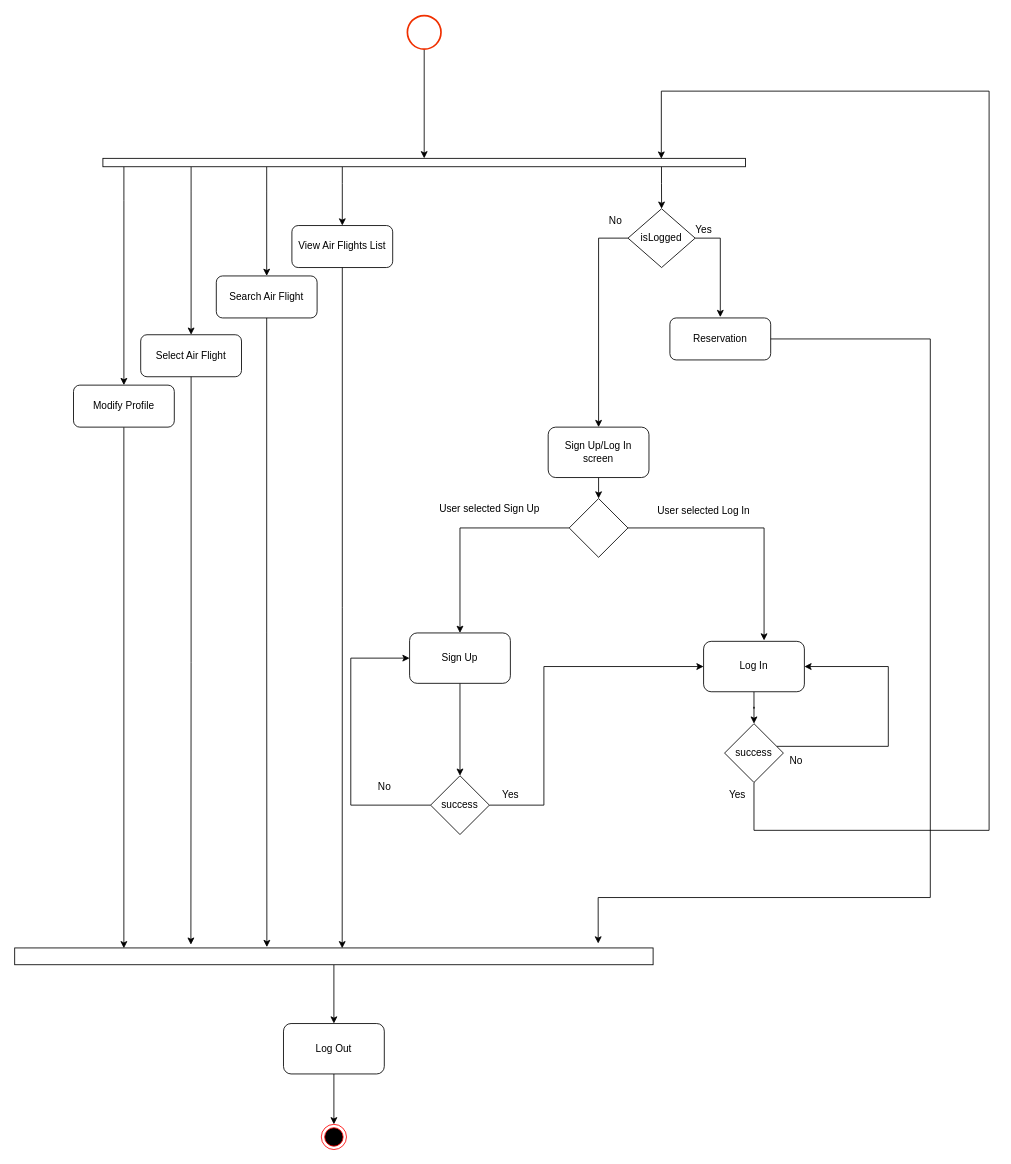
This is page "ActivityUser" (2 of 9) of Diagrams.drawio from popescumadalin0/air-flight, a draw.io file, before an edit. Source tidied: cells renumbered, new cells numbered last; positions are measured from the earlier drawing's top-left corner, leaving out a move shared by most shapes. Both pictures are drawn from the tidied source at 84%, with x=0, y=0 at pixel (14, 15).
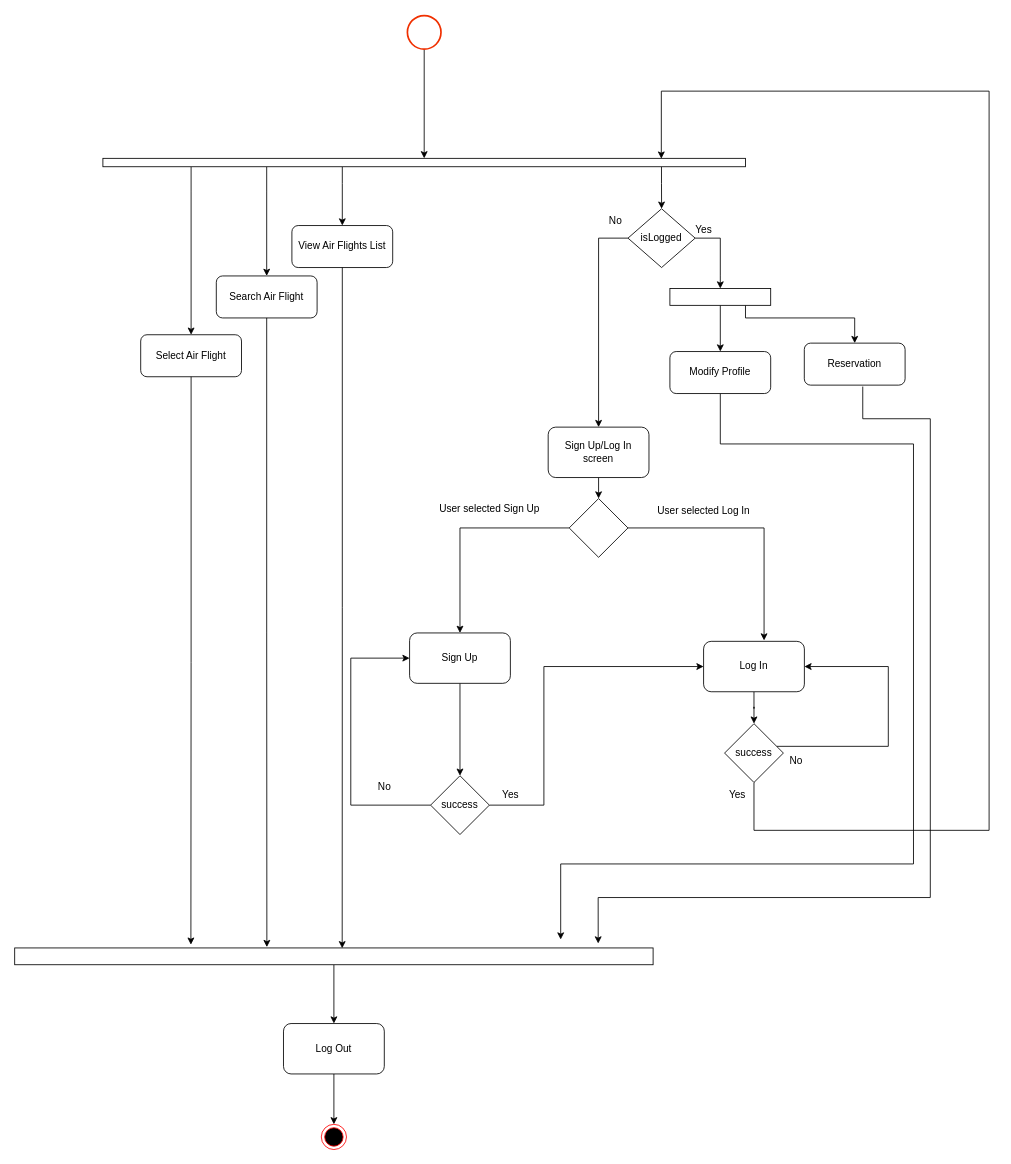
Above is the later version.

The change refers to these unchanged cells:
```xml
<mxCell id="10" style="rounded=0;whiteSpace=wrap;html=1;" parent="1" vertex="1">
  <mxGeometry x="105" y="170" width="765" height="10" as="geometry" />
</mxCell>
<mxCell id="39" value="isLogged" style="rhombus;whiteSpace=wrap;html=1;" parent="1" vertex="1">
  <mxGeometry x="730.1" y="230" width="80" height="70" as="geometry" />
</mxCell>
<mxCell id="42" style="rounded=0;whiteSpace=wrap;html=1;" parent="1" vertex="1">
  <mxGeometry y="1110" width="760" height="20" as="geometry" />
</mxCell>
```

The edit, as a diff of the source:
```diff
@@
-    <mxCell id="5" style="edgeStyle=orthogonalEdgeStyle;rounded=0;jettySize=auto;html=1;entryX=0.5;entryY=0;entryDx=0;entryDy=0;" parent="1" edge="1" source="10" target="12">
-      <mxGeometry relative="1" as="geometry">
-        <Array as="points">
-          <mxPoint x="130" y="220" />
-          <mxPoint x="130" y="220" />
-        </Array>
-      </mxGeometry>
-    </mxCell>
@@
-    <mxCell id="11" style="edgeStyle=orthogonalEdgeStyle;rounded=0;jettySize=auto;html=1;entryX=0.171;entryY=0.021;entryDx=0;entryDy=0;entryPerimeter=0;" parent="1" edge="1" source="12" target="42">
-      <mxGeometry relative="1" as="geometry" />
-    </mxCell>
+    <mxCell id="51" style="edgeStyle=orthogonalEdgeStyle;rounded=0;jettySize=auto;html=1;" parent="1" edge="1" source="12">
+      <mxGeometry relative="1" as="geometry">
+        <mxPoint x="650" y="1100" as="targetPoint" />
+        <Array as="points">
+          <mxPoint x="840" y="510" />
+          <mxPoint x="1070" y="510" />
+          <mxPoint x="1070" y="1010" />
+          <mxPoint x="650" y="1010" />
+        </Array>
+      </mxGeometry>
+    </mxCell>
     <mxCell id="12" value="Modify Profile" style="rounded=1;whiteSpace=wrap;html=1;" parent="1" vertex="1">
-      <mxGeometry x="70" y="440" width="120" height="50" as="geometry" />
+      <mxGeometry x="780" y="400" width="120" height="50" as="geometry" />
     </mxCell>
@@
     <mxCell id="16" value="Reservation" style="rounded=1;whiteSpace=wrap;html=1;" parent="1" vertex="1">
-      <mxGeometry x="780" y="360" width="120" height="50" as="geometry" />
+      <mxGeometry x="940" y="390" width="120" height="50" as="geometry" />
     </mxCell>
@@
-    <mxCell id="48" style="edgeStyle=orthogonalEdgeStyle;rounded=0;jettySize=auto;html=1;entryX=0.914;entryY=-0.264;entryDx=0;entryDy=0;entryPerimeter=0;exitX=1;exitY=0.5;exitDx=0;exitDy=0;" parent="1" edge="1" source="16" target="42">
+    <mxCell id="48" style="edgeStyle=orthogonalEdgeStyle;rounded=0;jettySize=auto;html=1;entryX=0.914;entryY=-0.264;entryDx=0;entryDy=0;entryPerimeter=0;exitX=0.58;exitY=1.034;exitDx=0;exitDy=0;exitPerimeter=0;" parent="1" edge="1" source="16" target="42">
       <mxGeometry relative="1" as="geometry">
         <Array as="points">
-          <mxPoint x="1090" y="385" />
+          <mxPoint x="1010" y="480" />
+          <mxPoint x="1090" y="480" />
           <mxPoint x="1090" y="1050" />
           <mxPoint x="695" y="1050" />
         </Array>
       </mxGeometry>
     </mxCell>
@@
-    <mxCell id="50" style="edgeStyle=orthogonalEdgeStyle;rounded=0;jettySize=auto;html=1;" parent="1" edge="1" source="39">
+    <mxCell id="50" style="edgeStyle=orthogonalEdgeStyle;rounded=0;jettySize=auto;html=1;entryX=0.5;entryY=0;entryDx=0;entryDy=0;" parent="1" edge="1" source="39" target="54">
       <mxGeometry relative="1" as="geometry">
-        <mxPoint x="840" y="359" as="targetPoint" />
         <Array as="points">
           <mxPoint x="840" y="265" />
+          <mxPoint x="840" y="310" />
         </Array>
       </mxGeometry>
     </mxCell>
+    <mxCell id="52" style="edgeStyle=orthogonalEdgeStyle;rounded=0;jettySize=auto;html=1;entryX=0.5;entryY=0;entryDx=0;entryDy=0;" parent="1" edge="1" source="54" target="12">
+      <mxGeometry relative="1" as="geometry" />
+    </mxCell>
+    <mxCell id="53" style="edgeStyle=orthogonalEdgeStyle;rounded=0;jettySize=auto;html=1;entryX=0.5;entryY=0;entryDx=0;entryDy=0;" parent="1" edge="1" source="54" target="16">
+      <mxGeometry relative="1" as="geometry">
+        <Array as="points">
+          <mxPoint x="870" y="360" />
+          <mxPoint x="1000" y="360" />
+        </Array>
+      </mxGeometry>
+    </mxCell>
+    <mxCell id="54" style="rounded=0;whiteSpace=wrap;html=1;" parent="1" vertex="1">
+      <mxGeometry x="780" y="325" width="120" height="20" as="geometry" />
+    </mxCell>
```
